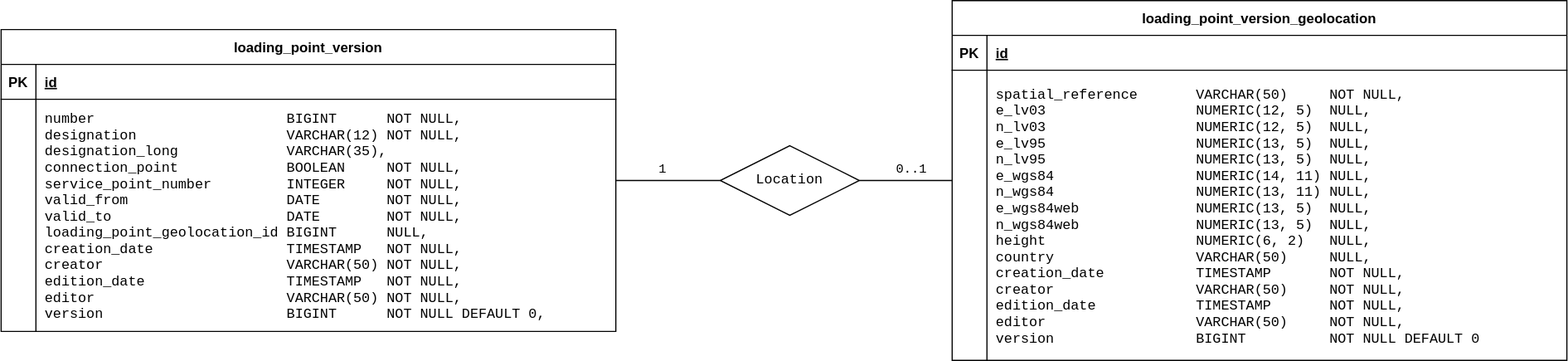
Earlier version of the draw.io export service-point-directory/src/docs/db-loading-point.svg (iuccio/atlas). Source tidied: cells renumbered, new cells last; positions are measured from the earlier drawing's top-left corner, leaving out a move shared by most shapes.
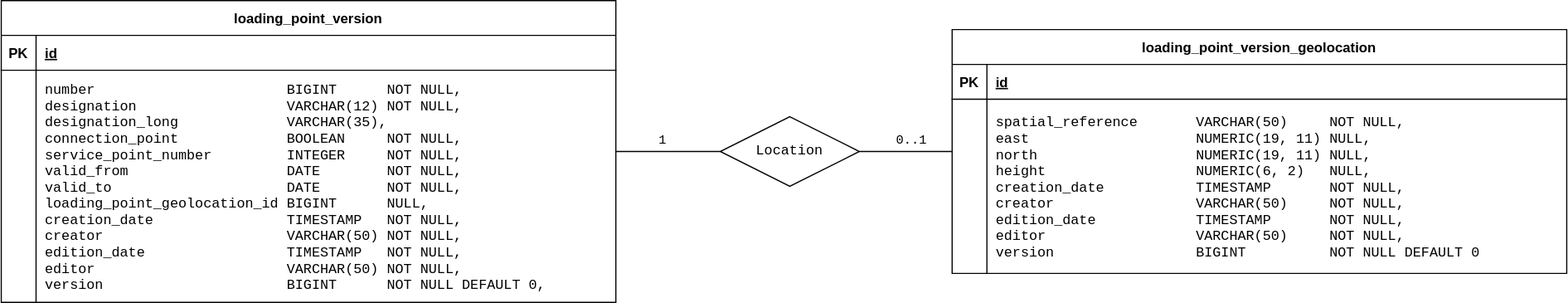
Above is the later version.

What changed in the source:
```diff
@@ -24,7 +24,7 @@
       <mxGeometry x="30" width="500" height="200" as="geometry" />
     </mxCell>
     <mxCell id="9" value="loading_point_version_geolocation" style="shape=table;startSize=30;rowLines=0;fontStyle=1;align=center;" parent="1" vertex="1">
-      <mxGeometry x="820" width="530" height="310" as="geometry" />
+      <mxGeometry x="820" y="50" width="530" height="210" as="geometry" />
     </mxCell>
     <mxCell id="10" style="shape=partialRectangle;fillColor=none;top=0;left=0;right=0;bottom=1;" parent="9" vertex="1">
       <mxGeometry y="30" width="530" height="30" as="geometry" />
@@ -36,13 +36,13 @@
       <mxGeometry x="30" width="500" height="30" as="geometry" />
     </mxCell>
     <mxCell id="13" style="shape=partialRectangle;fillColor=none;top=0;left=0;right=0;bottom=0;" parent="9" vertex="1">
-      <mxGeometry y="60" width="530" height="250" as="geometry" />
+      <mxGeometry y="60" width="530" height="150" as="geometry" />
     </mxCell>
     <mxCell id="14" style="shape=partialRectangle;overflow=hidden;fillColor=none;top=0;left=0;bottom=0;right=0;" parent="13" vertex="1">
-      <mxGeometry width="30" height="250" as="geometry" />
+      <mxGeometry width="30" height="150" as="geometry" />
     </mxCell>
-    <mxCell id="15" value="spatial_reference       VARCHAR(50)     NOT NULL,&#10;e_lv03                  NUMERIC(12, 5)  NULL,&#10;n_lv03                  NUMERIC(12, 5)  NULL,&#10;e_lv95                  NUMERIC(13, 5)  NULL,&#10;n_lv95                  NUMERIC(13, 5)  NULL,&#10;e_wgs84                 NUMERIC(14, 11) NULL,&#10;n_wgs84                 NUMERIC(13, 11) NULL,&#10;e_wgs84web              NUMERIC(13, 5)  NULL,&#10;n_wgs84web              NUMERIC(13, 5)  NULL,&#10;height                  NUMERIC(6, 2)   NULL,&#10;country                 VARCHAR(50)     NULL,&#10;creation_date           TIMESTAMP       NOT NULL,&#10;creator                 VARCHAR(50)     NOT NULL,&#10;edition_date            TIMESTAMP       NOT NULL,&#10;editor                  VARCHAR(50)     NOT NULL,&#10;version                 BIGINT          NOT NULL DEFAULT 0" style="shape=partialRectangle;overflow=hidden;fillColor=none;top=0;left=0;bottom=0;right=0;align=left;spacingLeft=6;fontFamily=Courier New;" parent="13" vertex="1">
-      <mxGeometry x="30" width="500" height="250" as="geometry" />
+    <mxCell id="15" value="spatial_reference       VARCHAR(50)     NOT NULL,&#10;east                    NUMERIC(19, 11) NULL,&#10;north                   NUMERIC(19, 11) NULL,&#10;height                  NUMERIC(6, 2)   NULL,&#10;creation_date           TIMESTAMP       NOT NULL,&#10;creator                 VARCHAR(50)     NOT NULL,&#10;edition_date            TIMESTAMP       NOT NULL,&#10;editor                  VARCHAR(50)     NOT NULL,&#10;version                 BIGINT          NOT NULL DEFAULT 0" style="shape=partialRectangle;overflow=hidden;fillColor=none;top=0;left=0;bottom=0;right=0;align=left;spacingLeft=6;fontFamily=Courier New;" parent="13" vertex="1">
+      <mxGeometry x="30" width="500" height="150" as="geometry" />
     </mxCell>
     <mxCell id="16" value="1" style="edgeStyle=orthogonalEdgeStyle;rounded=0;jumpSize=12;jettySize=auto;html=1;exitX=0;exitY=0.5;exitDx=0;exitDy=0;strokeWidth=1;fontFamily=Courier New;startArrow=none;startFill=0;endArrow=none;endFill=0;labelPosition=left;verticalLabelPosition=top;align=right;verticalAlign=bottom;" parent="1" edge="1" source="17" target="2">
       <mxGeometry relative="1" as="geometry" />
```
